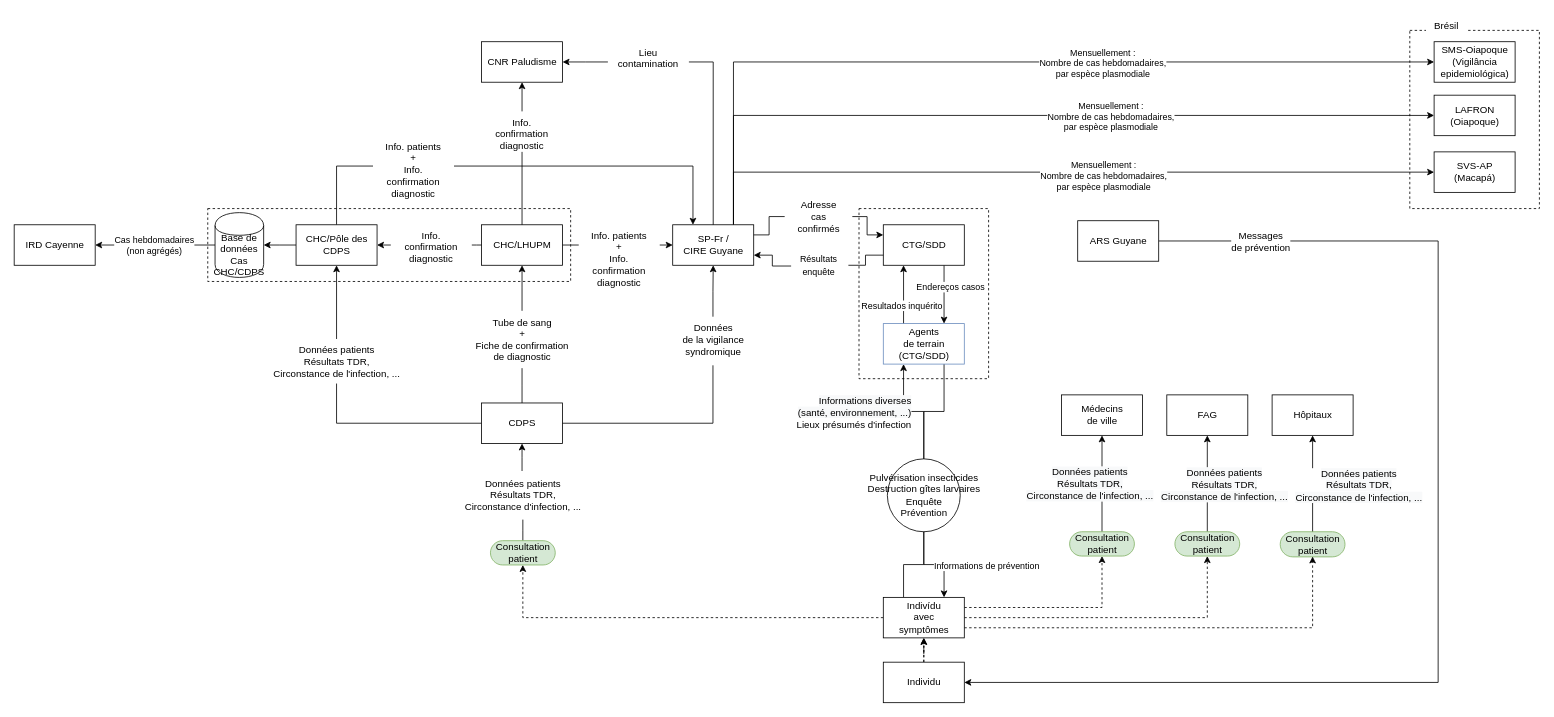
Before: Paludisme_FR-GF.drawio in EmmanuelRouxIRD/VigiFront-Saude, a draw.io diagram. Source tidied: cells renumbered, new cells numbered last; positions are measured from the earlier drawing's top-left corner, leaving out a move shared by most shapes. Both pictures are drawn from the tidied source at 81%, with x=0, y=0 at pixel (14, 14).
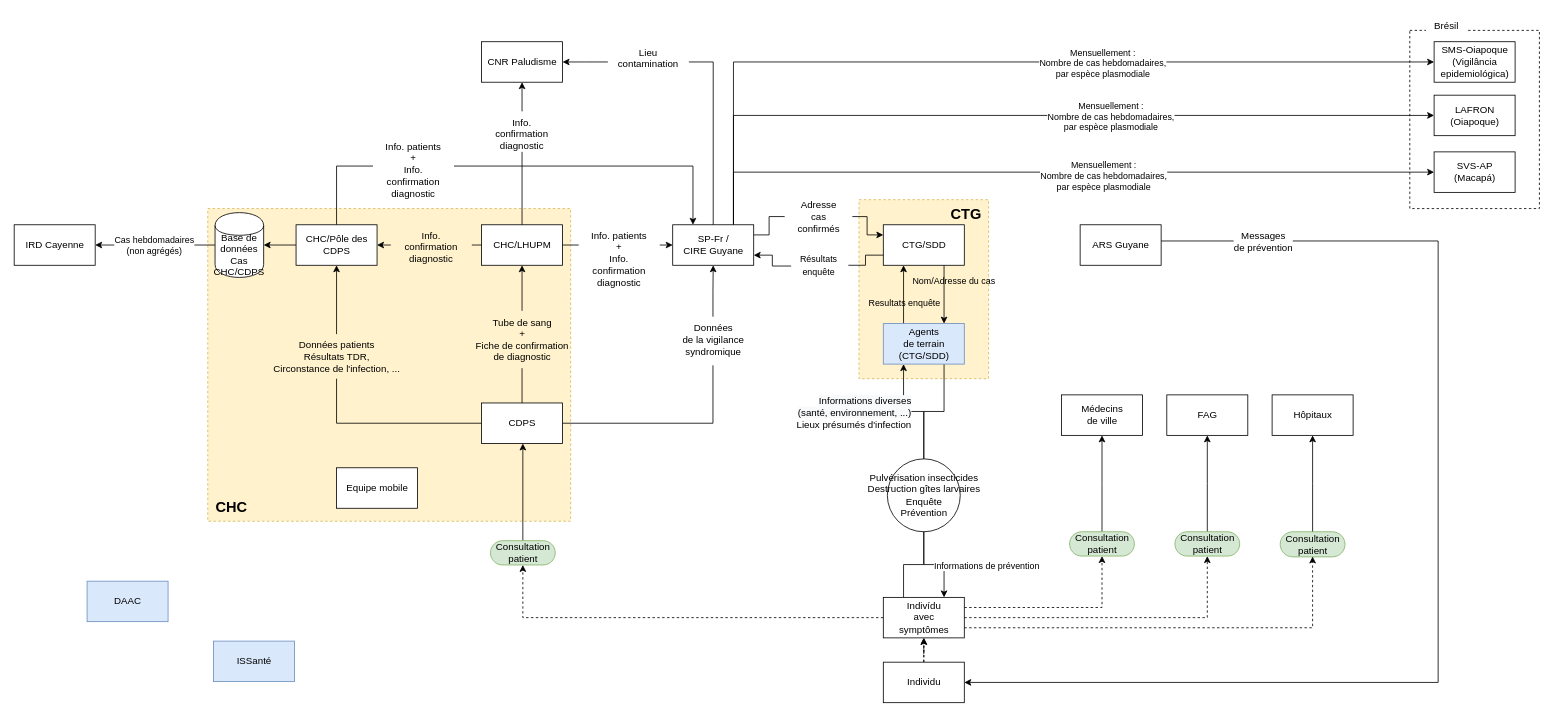
The same page after the edit.

Commit message (it also covers changes not shown here):
Mettre à jour Paludisme_FR-GF.drawio

Unchanged cells that the change refers to:
```xml
<mxCell id="10" value="CDPS" style="html=1;dashed=0;whitespace=wrap;" parent="1" vertex="1">
  <mxGeometry x="577" y="480" width="100" height="50" as="geometry" />
</mxCell>
<mxCell id="29" style="edgeStyle=orthogonalEdgeStyle;rounded=0;jettySize=auto;html=1;exitX=0.75;exitY=1;exitDx=0;exitDy=0;entryX=0.75;entryY=0;entryDx=0;entryDy=0;strokeColor=#000000;endArrow=classic;endFill=1;" parent="1" edge="1" source="31" target="78">
  <mxGeometry relative="1" as="geometry" />
</mxCell>
<mxCell id="35" style="edgeStyle=elbowEdgeStyle;rounded=0;jettySize=auto;html=1;entryX=0.5;entryY=1;entryDx=0;entryDy=0;exitX=0.5;exitY=0.5;exitDx=0;exitDy=-15;exitPerimeter=0;" parent="1" edge="1" source="63" target="32">
  <mxGeometry relative="1" as="geometry" />
</mxCell>
<mxCell id="37" style="edgeStyle=elbowEdgeStyle;rounded=0;jettySize=auto;html=1;entryX=0.5;entryY=1;entryDx=0;entryDy=0;exitX=0.5;exitY=0.5;exitDx=0;exitDy=-15;exitPerimeter=0;" parent="1" edge="1" source="64" target="33">
  <mxGeometry relative="1" as="geometry" />
</mxCell>
<mxCell id="39" style="edgeStyle=elbowEdgeStyle;rounded=0;jettySize=auto;html=1;entryX=0.5;entryY=1;entryDx=0;entryDy=0;exitX=0.5;exitY=0.5;exitDx=0;exitDy=-15;exitPerimeter=0;" parent="1" edge="1" source="65" target="34">
  <mxGeometry relative="1" as="geometry" />
</mxCell>
<mxCell id="66" value="Consultation&lt;br&gt;patient" style="html=1;dashed=0;whitespace=wrap;shape=mxgraph.dfd.start;fillColor=#d5e8d4;strokeColor=#82b366;" parent="1" vertex="1">
  <mxGeometry x="588" y="650" width="80" height="30" as="geometry" />
</mxCell>
<mxCell id="76" style="edgeStyle=orthogonalEdgeStyle;rounded=0;jettySize=auto;html=1;exitX=0.25;exitY=0;exitDx=0;exitDy=0;entryX=0.25;entryY=1;entryDx=0;entryDy=0;strokeColor=#000000;endArrow=classic;endFill=1;" parent="1" edge="1" source="78" target="31">
  <mxGeometry relative="1" as="geometry" />
</mxCell>
```

The edit, as a diff of the source:
```diff
@@
+    <mxCell id="3" style="html=1;dashed=1;whitespace=wrap;fillColor=#fff2cc;strokeColor=#d6b656;align=left;" parent="1" vertex="1">
+      <mxGeometry x="1043" y="229" width="160" height="221" as="geometry" />
+    </mxCell>
-    <mxCell id="2" style="html=1;dashed=1;whitespace=wrap;fillColor=none;" parent="1" vertex="1">
-      <mxGeometry x="239" y="240" width="448" height="90" as="geometry" />
+    <mxCell id="2" style="html=1;dashed=1;whitespace=wrap;fillColor=#fff2cc;strokeColor=#d6b656;" parent="1" vertex="1">
+      <mxGeometry x="239" y="240" width="448" height="386" as="geometry" />
     </mxCell>
-    <mxCell id="3" style="html=1;dashed=1;whitespace=wrap;fillColor=none;" parent="1" vertex="1">
-      <mxGeometry x="1043" y="240" width="160" height="210" as="geometry" />
-    </mxCell>
@@
-    <mxCell id="27" style="edgeStyle=elbowEdgeStyle;rounded=0;jettySize=auto;html=1;startArrow=none;" parent="1" edge="1" source="52" target="10">
+    <mxCell id="27" style="edgeStyle=elbowEdgeStyle;rounded=0;jettySize=auto;html=1;startArrow=none;exitX=0.5;exitY=0.5;exitDx=0;exitDy=-15;exitPerimeter=0;" parent="1" edge="1" source="66" target="10">
       <mxGeometry relative="1" as="geometry" />
     </mxCell>
@@
-    <mxCell id="30" value="Endereços casos" style="edgeLabel;html=1;align=center;verticalAlign=middle;" parent="29" vertex="1">
+    <mxCell id="30" value="Nom/Adresse du cas" style="edgeLabel;html=1;align=center;verticalAlign=middle;labelBackgroundColor=none;" parent="29" vertex="1">
       <mxGeometry x="-0.02" y="1" relative="1" as="geometry">
-        <mxPoint x="6" y="-9" as="offset" />
+        <mxPoint x="10" y="-16" as="offset" />
       </mxGeometry>
     </mxCell>
@@
-    <mxCell id="36" value="&lt;span style=&quot;background-color: rgb(248, 249, 250);&quot;&gt;Données patients&lt;/span&gt;&lt;br style=&quot;background-color: rgb(248, 249, 250);&quot;&gt;&lt;span style=&quot;background-color: rgb(248, 249, 250);&quot;&gt;Résultats TDR,&lt;/span&gt;&lt;br style=&quot;background-color: rgb(248, 249, 250);&quot;&gt;&lt;span style=&quot;background-color: rgb(248, 249, 250);&quot;&gt;Circonstance de l'infection, ...&lt;/span&gt;" style="edgeLabel;html=1;align=center;verticalAlign=middle;fontSize=12;" parent="35" vertex="1">
-      <mxGeometry x="0.32" y="-2" relative="1" as="geometry">
-        <mxPoint x="-18" y="19" as="offset" />
-      </mxGeometry>
-    </mxCell>
@@
-    <mxCell id="38" value="&lt;span style=&quot;background-color: rgb(248, 249, 250);&quot;&gt;Données patients&lt;/span&gt;&lt;br style=&quot;background-color: rgb(248, 249, 250);&quot;&gt;&lt;span style=&quot;background-color: rgb(248, 249, 250);&quot;&gt;Résultats TDR,&lt;/span&gt;&lt;br style=&quot;background-color: rgb(248, 249, 250);&quot;&gt;&lt;span style=&quot;background-color: rgb(248, 249, 250);&quot;&gt;Circonstance de l'infection, ...&lt;/span&gt;" style="edgeLabel;html=1;align=center;verticalAlign=middle;fontSize=12;" parent="37" vertex="1">
-      <mxGeometry x="0.4" relative="1" as="geometry">
-        <mxPoint x="20" y="24" as="offset" />
-      </mxGeometry>
-    </mxCell>
@@
-    <mxCell id="40" value="&lt;span style=&quot;background-color: rgb(248, 249, 250);&quot;&gt;Données patients&lt;/span&gt;&lt;br style=&quot;background-color: rgb(248, 249, 250);&quot;&gt;&lt;span style=&quot;background-color: rgb(248, 249, 250);&quot;&gt;Résultats TDR,&lt;/span&gt;&lt;br style=&quot;background-color: rgb(248, 249, 250);&quot;&gt;&lt;span style=&quot;background-color: rgb(248, 249, 250);&quot;&gt;Circonstance de l'infection, ...&lt;/span&gt;" style="edgeLabel;html=1;align=center;verticalAlign=middle;fontSize=12;" parent="39" vertex="1">
-      <mxGeometry x="0.45" y="-2" relative="1" as="geometry">
-        <mxPoint x="54" y="29" as="offset" />
-      </mxGeometry>
-    </mxCell>
@@
     <mxCell id="49" value="Données patients&lt;br&gt;Résultats TDR,&lt;br&gt;Circonstance de l'infection, ..." style="text;html=1;align=center;verticalAlign=middle;points=[];strokeColor=none;fillColor=none;" parent="1" vertex="1">
-      <mxGeometry x="311" y="401" width="174" height="55" as="geometry" />
+      <mxGeometry x="311" y="395" width="174" height="55" as="geometry" />
     </mxCell>
@@
-    <mxCell id="52" value="Données patients&lt;br&gt;Résultats TDR,&lt;br&gt;Circonstance d'infection, ..." style="text;html=1;align=center;verticalAlign=middle;points=[];strokeColor=none;fillColor=none;" parent="1" vertex="1">
-      <mxGeometry x="543" y="564" width="170" height="60" as="geometry" />
-    </mxCell>
-    <mxCell id="53" style="edgeStyle=elbowEdgeStyle;rounded=0;jettySize=auto;html=1;entryX=0.5;entryY=1;entryDx=0;entryDy=0;endArrow=none;exitX=0.5;exitY=0.5;exitDx=0;exitDy=-15;exitPerimeter=0;" parent="1" edge="1" source="66" target="52">
-      <mxGeometry relative="1" as="geometry" />
-    </mxCell>
@@
-    <mxCell id="77" value="Resultados inquérito" style="edgeLabel;html=1;align=center;verticalAlign=middle;" parent="76" vertex="1">
+    <mxCell id="77" value="Resultats enquête" style="edgeLabel;html=1;align=center;verticalAlign=middle;labelBackgroundColor=none;" parent="76" vertex="1">
       <mxGeometry x="0.07" y="9" relative="1" as="geometry">
-        <mxPoint x="6" y="16" as="offset" />
+        <mxPoint x="9" y="13" as="offset" />
       </mxGeometry>
     </mxCell>
-    <mxCell id="78" value="Agents&lt;br&gt;de terrain&lt;br&gt;(CTG/SDD)" style="html=1;dashed=0;whitespace=wrap;fillColor=none;gradientColor=#7ea6e0;strokeColor=#6c8ebf;" parent="1" vertex="1">
+    <mxCell id="78" value="Agents&lt;br&gt;de terrain&lt;br&gt;(CTG/SDD)" style="html=1;dashed=0;whitespace=wrap;fillColor=#dae8fc;strokeColor=#6c8ebf;" parent="1" vertex="1">
       <mxGeometry x="1073" y="382" width="100" height="50" as="geometry" />
     </mxCell>
@@
     <mxCell id="90" value="ARS Guyane" style="html=1;dashed=0;whitespace=wrap;" parent="1" vertex="1">
-      <mxGeometry x="1313" y="255" width="100" height="50" as="geometry" />
+      <mxGeometry x="1316" y="260" width="100" height="50" as="geometry" />
     </mxCell>
@@
+    <mxCell id="95" value="&lt;font style=&quot;font-size: 18px;&quot;&gt;&lt;b&gt;CHC&lt;/b&gt;&lt;/font&gt;" style="text;html=1;align=center;verticalAlign=middle;strokeColor=none;fillColor=none;fontSize=19;" parent="1" vertex="1">
+      <mxGeometry x="239" y="591" width="57" height="35" as="geometry" />
+    </mxCell>
+    <mxCell id="96" value="&lt;font style=&quot;font-size: 18px;&quot;&gt;&lt;b&gt;CTG&lt;/b&gt;&lt;/font&gt;" style="text;html=1;align=center;verticalAlign=middle;strokeColor=none;fillColor=none;fontSize=19;" parent="1" vertex="1">
+      <mxGeometry x="1147" y="229" width="56" height="35" as="geometry" />
+    </mxCell>
+    <mxCell id="97" value="DAAC" style="html=1;dashed=0;whitespace=wrap;fillColor=#dae8fc;strokeColor=#6c8ebf;" parent="1" vertex="1">
+      <mxGeometry x="90" y="700" width="100" height="50" as="geometry" />
+    </mxCell>
+    <mxCell id="98" value="ISSanté" style="html=1;dashed=0;whitespace=wrap;fillColor=#dae8fc;strokeColor=#6c8ebf;" parent="1" vertex="1">
+      <mxGeometry x="246" y="774" width="100" height="50" as="geometry" />
+    </mxCell>
+    <mxCell id="99" value="Equipe mobile" style="html=1;dashed=0;whitespace=wrap;" parent="1" vertex="1">
+      <mxGeometry x="398" y="560" width="100" height="50" as="geometry" />
+    </mxCell>
```
